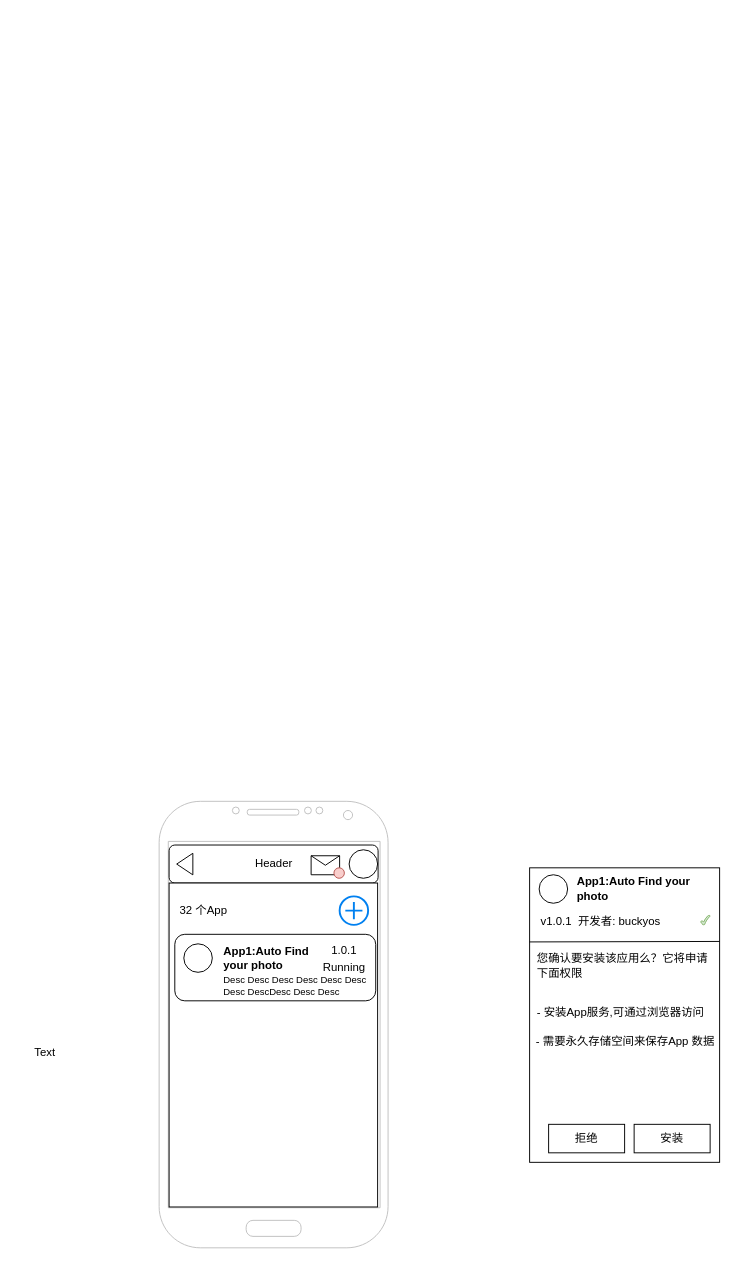
Before: page "dAppList" (6 of 12) of doc/PRD/zone UI.drawio in buckyos/buckyos, a draw.io diagram. Source tidied: cells renumbered, new cells numbered last; positions are measured from the earlier drawing's top-left corner, leaving out a move shared by most shapes. Both pictures are drawn from the tidied source at 95%, with x=0, y=0 at pixel (16, 801).
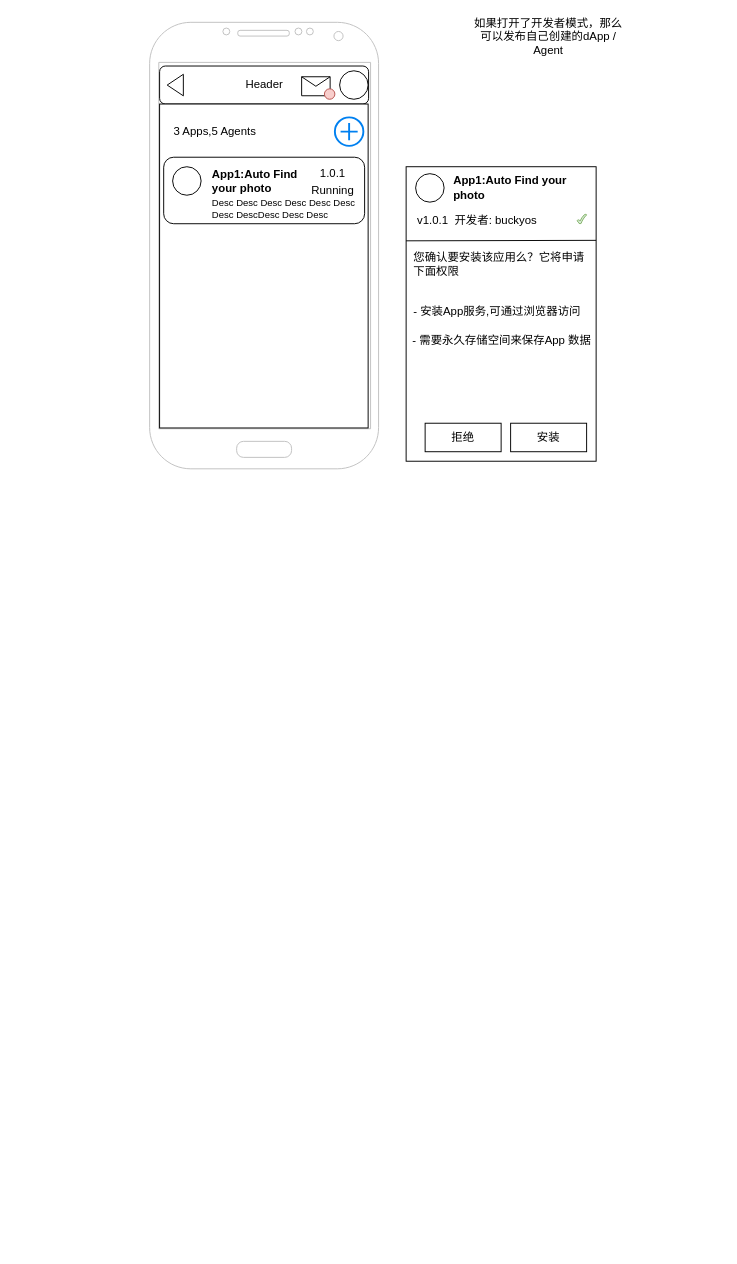
The same diagram, later.

The edit, as a diff of the source:
```diff
@@
     <mxCell id="2" style="verticalLabelPosition=bottom;verticalAlign=top;html=1;shadow=0;dashed=0;strokeWidth=1;shape=mxgraph.android.phone2;strokeColor=#c0c0c0;" parent="1" vertex="1">
-      <mxGeometry x="150" width="241" height="470" as="geometry" />
+      <mxGeometry x="140" y="-820" width="241" height="470" as="geometry" />
     </mxCell>
     <mxCell id="3" value="Header" style="rounded=1;whiteSpace=wrap;html=1;" parent="1" vertex="1">
-      <mxGeometry x="160.5" y="46" width="220" height="40" as="geometry" />
+      <mxGeometry x="150.5" y="-774" width="220" height="40" as="geometry" />
     </mxCell>
     <mxCell id="4" style="rounded=0;whiteSpace=wrap;html=1;" parent="1" vertex="1">
-      <mxGeometry x="160.5" y="86" width="219.5" height="341" as="geometry" />
+      <mxGeometry x="150.5" y="-734" width="219.5" height="341" as="geometry" />
     </mxCell>
     <mxCell id="5" style="ellipse;whiteSpace=wrap;html=1;" parent="1" vertex="1">
-      <mxGeometry x="350" y="51" width="30" height="30" as="geometry" />
+      <mxGeometry x="340" y="-769" width="30" height="30" as="geometry" />
     </mxCell>
     <mxCell id="6" style="triangle;whiteSpace=wrap;html=1;rotation=-180;" parent="1" vertex="1">
-      <mxGeometry x="168.5" y="54.7" width="17" height="22.7" as="geometry" />
+      <mxGeometry x="158.5" y="-765.3" width="17" height="22.7" as="geometry" />
     </mxCell>
     <mxCell id="7" style="shape=message;html=1;html=1;labelPosition=center;verticalLabelPosition=bottom;align=center;verticalAlign=top;" parent="1" vertex="1">
-      <mxGeometry x="310" y="57.3" width="30" height="20" as="geometry" />
+      <mxGeometry x="300" y="-762.7" width="30" height="20" as="geometry" />
     </mxCell>
     <mxCell id="8" style="ellipse;whiteSpace=wrap;html=1;fillColor=#f8cecc;strokeColor=#b85450;" parent="1" vertex="1">
-      <mxGeometry x="334" y="70" width="11" height="11" as="geometry" />
+      <mxGeometry x="324" y="-750" width="11" height="11" as="geometry" />
     </mxCell>
     <mxCell id="9" style="rounded=1;whiteSpace=wrap;html=1;" parent="1" vertex="1">
-      <mxGeometry x="166.5" y="140" width="211.5" height="70" as="geometry" />
+      <mxGeometry x="154.8" y="-678" width="211.5" height="70" as="geometry" />
     </mxCell>
     <mxCell id="10" style="ellipse;whiteSpace=wrap;html=1;" parent="1" vertex="1">
-      <mxGeometry x="176" y="150" width="30" height="30" as="geometry" />
+      <mxGeometry x="164.2" y="-668" width="30" height="30" as="geometry" />
     </mxCell>
     <mxCell id="11" value="&lt;b&gt;App1:Auto Find your photo&lt;/b&gt;" style="text;html=1;align=left;verticalAlign=middle;whiteSpace=wrap;rounded=0;" parent="1" vertex="1">
-      <mxGeometry x="215.5" y="150" width="104.5" height="30" as="geometry" />
+      <mxGeometry x="203.8" y="-668" width="104.5" height="30" as="geometry" />
     </mxCell>
     <mxCell id="12" value="1.0.1" style="text;html=1;align=center;verticalAlign=middle;whiteSpace=wrap;rounded=0;" parent="1" vertex="1">
-      <mxGeometry x="315" y="142" width="60" height="30" as="geometry" />
+      <mxGeometry x="303.2" y="-676" width="60" height="30" as="geometry" />
     </mxCell>
     <mxCell id="13" value="Desc Desc Desc Desc&amp;nbsp;&lt;span style=&quot;text-align: center;&quot;&gt;Desc Desc Desc Desc&lt;/span&gt;&lt;span style=&quot;text-align: center;&quot;&gt;Desc Desc Desc&amp;nbsp;&lt;/span&gt;" style="text;html=1;align=left;verticalAlign=middle;whiteSpace=wrap;rounded=0;fontSize=10;" parent="1" vertex="1">
-      <mxGeometry x="215.5" y="180" width="154" height="28" as="geometry" />
+      <mxGeometry x="203.8" y="-638" width="154" height="28" as="geometry" />
     </mxCell>
     <mxCell id="14" value="Running" style="text;html=1;align=center;verticalAlign=middle;whiteSpace=wrap;rounded=0;" parent="1" vertex="1">
-      <mxGeometry x="315" y="160" width="60" height="30" as="geometry" />
+      <mxGeometry x="303.2" y="-658" width="60" height="30" as="geometry" />
     </mxCell>
-    <mxCell id="15" value="Text" style="text;strokeColor=none;align=center;fillColor=none;html=1;verticalAlign=middle;whiteSpace=wrap;rounded=0;" parent="1" vertex="1">
-      <mxGeometry y="250" width="60" height="30" as="geometry" />
-    </mxCell>
     <mxCell id="16" style="html=1;verticalLabelPosition=bottom;align=center;labelBackgroundColor=#ffffff;verticalAlign=top;strokeWidth=2;strokeColor=#0080F0;shadow=0;dashed=0;shape=mxgraph.ios7.icons.add;" parent="1" vertex="1">
-      <mxGeometry x="340" y="100" width="30" height="30" as="geometry" />
+      <mxGeometry x="335" y="-720" width="30" height="30" as="geometry" />
     </mxCell>
-    <mxCell id="17" value="32 个App" style="text;html=1;align=center;verticalAlign=middle;whiteSpace=wrap;rounded=0;" parent="1" vertex="1">
-      <mxGeometry x="166.5" y="100" width="60" height="30" as="geometry" />
+    <mxCell id="17" value="3 Apps,5 Agents" style="text;html=1;align=center;verticalAlign=middle;whiteSpace=wrap;rounded=0;" parent="1" vertex="1">
+      <mxGeometry x="156.5" y="-720" width="103.5" height="30" as="geometry" />
     </mxCell>
     <mxCell id="18" style="rounded=0;whiteSpace=wrap;html=1;" parent="1" vertex="1">
-      <mxGeometry x="540" y="70" width="200" height="310" as="geometry" />
+      <mxGeometry x="410" y="-668" width="200" height="310" as="geometry" />
     </mxCell>
     <mxCell id="19" style="ellipse;whiteSpace=wrap;html=1;" parent="1" vertex="1">
-      <mxGeometry x="550" y="77.3" width="30" height="30" as="geometry" />
+      <mxGeometry x="420" y="-660.7" width="30" height="30" as="geometry" />
     </mxCell>
     <mxCell id="20" value="&lt;b&gt;App1:Auto Find your photo&lt;/b&gt;" style="text;html=1;align=left;verticalAlign=middle;whiteSpace=wrap;rounded=0;" parent="1" vertex="1">
-      <mxGeometry x="587.8" y="77.3" width="132.2" height="30" as="geometry" />
+      <mxGeometry x="457.8" y="-660.7" width="132.2" height="30" as="geometry" />
     </mxCell>
     <mxCell id="21" value="&lt;div&gt;&lt;br&gt;&lt;/div&gt;v1.0.1&amp;nbsp; 开发者: buckyos&lt;div&gt;&lt;div&gt;&lt;br&gt;&lt;/div&gt;&lt;/div&gt;" style="text;html=1;align=left;verticalAlign=middle;whiteSpace=wrap;rounded=0;" parent="1" vertex="1">
-      <mxGeometry x="550" y="112" width="140" height="30" as="geometry" />
+      <mxGeometry x="420" y="-626" width="140" height="30" as="geometry" />
     </mxCell>
     <mxCell id="22" style="endArrow=none;html=1;rounded=0;entryX=1;entryY=0.25;entryDx=0;entryDy=0;" parent="1" edge="1" target="18">
       <mxGeometry relative="1" as="geometry">
-        <mxPoint x="540" y="148" as="sourcePoint" />
+        <mxPoint x="410" y="-590" as="sourcePoint" />
       </mxGeometry>
     </mxCell>
     <mxCell id="23" value="您确认要安装该应用么？它将申请下面权限" style="text;html=1;align=left;verticalAlign=middle;whiteSpace=wrap;rounded=0;" parent="1" vertex="1">
-      <mxGeometry x="546" y="158" width="190" height="30" as="geometry" />
+      <mxGeometry x="416" y="-580" width="190" height="30" as="geometry" />
     </mxCell>
     <mxCell id="24" value="- 需要永久存储空间来保存App 数据" style="text;html=1;align=center;verticalAlign=middle;whiteSpace=wrap;rounded=0;" parent="1" vertex="1">
-      <mxGeometry x="544" y="238" width="194" height="30" as="geometry" />
+      <mxGeometry x="414" y="-500" width="194" height="30" as="geometry" />
     </mxCell>
     <mxCell id="25" value="- 安装App服务,可通过浏览器访问" style="text;html=1;align=left;verticalAlign=middle;whiteSpace=wrap;rounded=0;" parent="1" vertex="1">
-      <mxGeometry x="546" y="208" width="194" height="30" as="geometry" />
+      <mxGeometry x="416" y="-530" width="194" height="30" as="geometry" />
     </mxCell>
     <mxCell id="26" value="安装" style="rounded=0;whiteSpace=wrap;html=1;" parent="1" vertex="1">
-      <mxGeometry x="650" y="340" width="80" height="30" as="geometry" />
+      <mxGeometry x="520" y="-398" width="80" height="30" as="geometry" />
     </mxCell>
     <mxCell id="27" value="拒绝" style="rounded=0;whiteSpace=wrap;html=1;" parent="1" vertex="1">
-      <mxGeometry x="560" y="340" width="80" height="30" as="geometry" />
+      <mxGeometry x="430" y="-398" width="80" height="30" as="geometry" />
     </mxCell>
     <mxCell id="28" style="verticalLabelPosition=bottom;verticalAlign=top;html=1;shape=mxgraph.basic.tick;fillColor=#d5e8d4;strokeColor=#82b366;" parent="1" vertex="1">
-      <mxGeometry x="720" y="120" width="10" height="10" as="geometry" />
+      <mxGeometry x="590" y="-618" width="10" height="10" as="geometry" />
     </mxCell>
+    <mxCell id="29" value="如果打开了开发者模式，那么可以发布自己创建的dApp / Agent" style="text;html=1;align=center;verticalAlign=middle;whiteSpace=wrap;rounded=0;" parent="1" vertex="1">
+      <mxGeometry x="480" y="-820" width="160" height="30" as="geometry" />
+    </mxCell>
```
